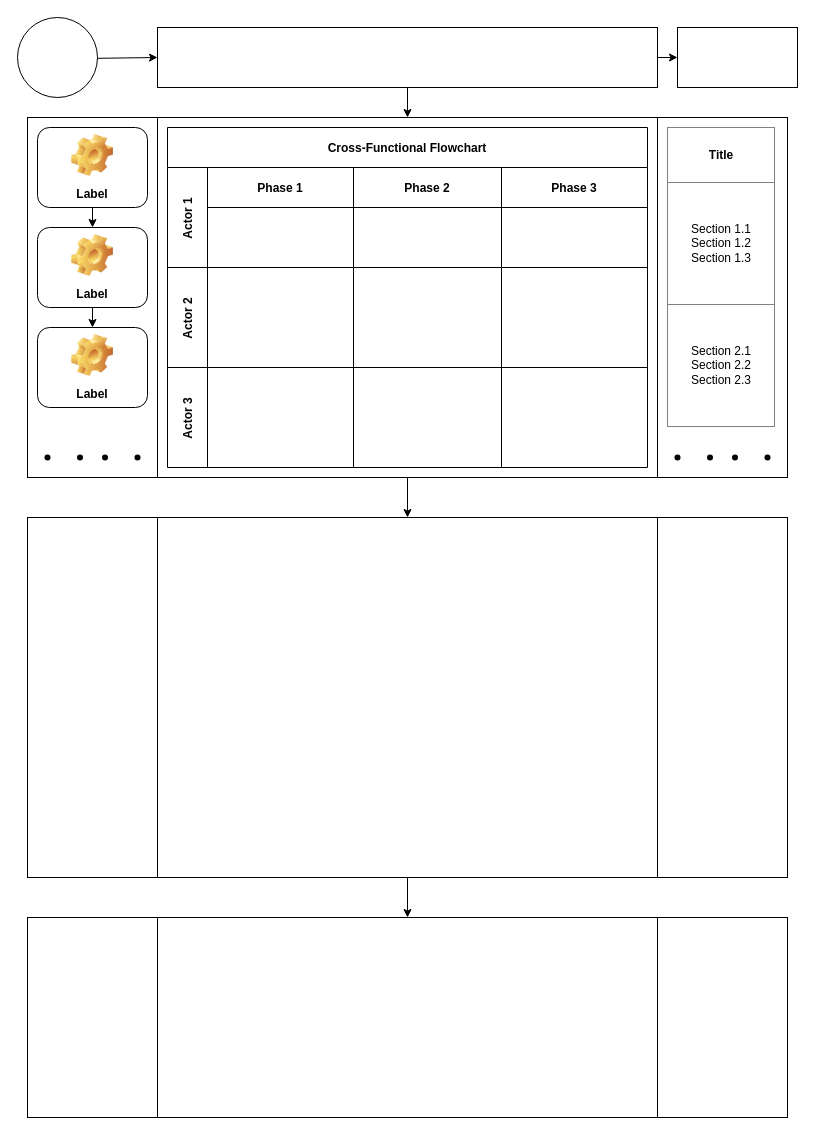
The draw.io diagram o1.drawio in KhairulHasanRakib/99DaysWithCPC, before the edit. Source tidied: cells renumbered, new cells numbered last; positions are measured from the earlier drawing's top-left corner, leaving out a move shared by most shapes. Both pictures are drawn from the tidied source at 100%, with x=0, y=0 at pixel (17, 17).
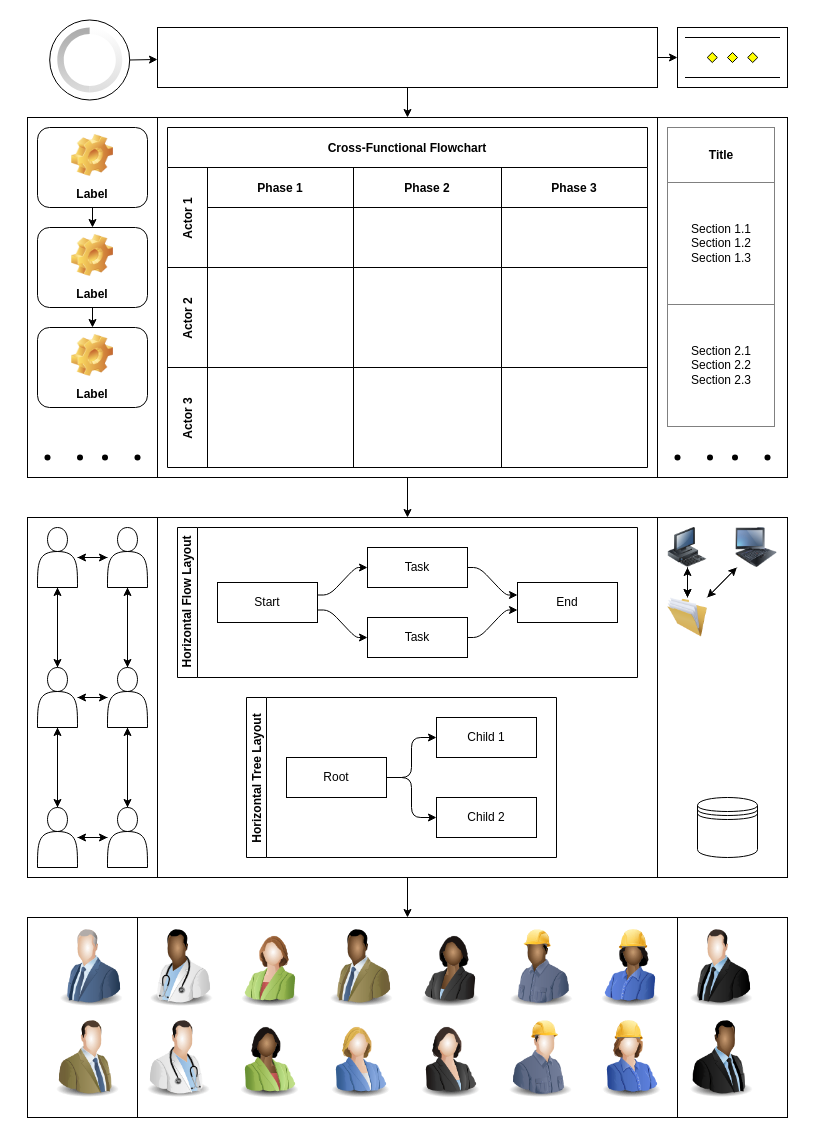
After the change.

Diff of the diagram source:
```diff
@@
     <mxCell id="3" style="ellipse;whiteSpace=wrap;html=1;" parent="1" vertex="1">
-      <mxGeometry width="80" height="80" as="geometry" />
+      <mxGeometry x="32.2" y="2.5" width="80" height="80" as="geometry" />
     </mxCell>
@@
     <mxCell id="7" style="whiteSpace=wrap;html=1;" parent="1" vertex="1">
-      <mxGeometry x="660" y="10" width="120" height="60" as="geometry" />
+      <mxGeometry x="660" y="10" width="110" height="60" as="geometry" />
     </mxCell>
@@
-    <mxCell id="12" style="shape=process;whiteSpace=wrap;html=1;backgroundOutline=1;size=0.17105263157894737;" parent="1" vertex="1">
+    <mxCell id="12" style="shape=process;whiteSpace=wrap;html=1;backgroundOutline=1;size=0.14473684210526316;" parent="1" vertex="1">
       <mxGeometry x="10" y="900" width="760" height="200" as="geometry" />
     </mxCell>
@@
+    <mxCell id="40" style="edgeStyle=none;html=1;" parent="1" edge="1" source="42" target="45">
+      <mxGeometry relative="1" as="geometry" />
+    </mxCell>
+    <mxCell id="41" style="edgeStyle=none;html=1;" parent="1" edge="1" source="42" target="53">
+      <mxGeometry relative="1" as="geometry" />
+    </mxCell>
+    <mxCell id="42" style="shape=actor;whiteSpace=wrap;html=1;" parent="1" vertex="1">
+      <mxGeometry x="20" y="510" width="40" height="60" as="geometry" />
+    </mxCell>
+    <mxCell id="43" style="edgeStyle=none;html=1;" parent="1" edge="1" source="45" target="49">
+      <mxGeometry relative="1" as="geometry" />
+    </mxCell>
+    <mxCell id="44" style="edgeStyle=none;html=1;" parent="1" edge="1" source="45" target="42">
+      <mxGeometry relative="1" as="geometry" />
+    </mxCell>
+    <mxCell id="45" style="shape=actor;whiteSpace=wrap;html=1;" parent="1" vertex="1">
+      <mxGeometry x="90" y="510" width="40" height="60" as="geometry" />
+    </mxCell>
+    <mxCell id="46" style="edgeStyle=none;html=1;" parent="1" edge="1" source="49" target="59">
+      <mxGeometry relative="1" as="geometry" />
+    </mxCell>
+    <mxCell id="47" style="edgeStyle=none;html=1;" parent="1" edge="1" source="49">
+      <mxGeometry relative="1" as="geometry">
+        <mxPoint x="110" y="570" as="targetPoint" />
+      </mxGeometry>
+    </mxCell>
+    <mxCell id="48" style="edgeStyle=none;html=1;" parent="1" edge="1" source="49" target="53">
+      <mxGeometry relative="1" as="geometry" />
+    </mxCell>
+    <mxCell id="49" style="shape=actor;whiteSpace=wrap;html=1;" parent="1" vertex="1">
+      <mxGeometry x="90" y="650" width="40" height="60" as="geometry" />
+    </mxCell>
+    <mxCell id="50" style="edgeStyle=none;html=1;" parent="1" edge="1" source="53" target="56">
+      <mxGeometry relative="1" as="geometry" />
+    </mxCell>
+    <mxCell id="51" style="edgeStyle=none;html=1;" parent="1" edge="1" source="53" target="42">
+      <mxGeometry relative="1" as="geometry" />
+    </mxCell>
+    <mxCell id="52" style="edgeStyle=none;html=1;" parent="1" edge="1" source="53" target="49">
+      <mxGeometry relative="1" as="geometry" />
+    </mxCell>
+    <mxCell id="53" style="shape=actor;whiteSpace=wrap;html=1;" parent="1" vertex="1">
+      <mxGeometry x="20" y="650" width="40" height="60" as="geometry" />
+    </mxCell>
+    <mxCell id="54" style="edgeStyle=none;html=1;" parent="1" edge="1" source="56" target="59">
+      <mxGeometry relative="1" as="geometry" />
+    </mxCell>
+    <mxCell id="55" style="edgeStyle=none;html=1;" parent="1" edge="1" source="56" target="53">
+      <mxGeometry relative="1" as="geometry" />
+    </mxCell>
+    <mxCell id="56" style="shape=actor;whiteSpace=wrap;html=1;" parent="1" vertex="1">
+      <mxGeometry x="20" y="790" width="40" height="60" as="geometry" />
+    </mxCell>
+    <mxCell id="57" style="edgeStyle=none;html=1;" parent="1" edge="1" source="59" target="56">
+      <mxGeometry relative="1" as="geometry" />
+    </mxCell>
+    <mxCell id="58" style="edgeStyle=none;html=1;" parent="1" edge="1" source="59" target="49">
+      <mxGeometry relative="1" as="geometry" />
+    </mxCell>
+    <mxCell id="59" style="shape=actor;whiteSpace=wrap;html=1;" parent="1" vertex="1">
+      <mxGeometry x="90" y="790" width="40" height="60" as="geometry" />
+    </mxCell>
+    <mxCell id="60" value="Horizontal Flow Layout" style="swimlane;html=1;startSize=20;horizontal=0;flowOrientation=west;interRankCellSpacing=50;containerType=tree;fontSize=12;" parent="1" vertex="1">
+      <mxGeometry x="160" y="510" width="460" height="150" as="geometry" />
+    </mxCell>
+    <mxCell id="61" value="Start" style="whiteSpace=wrap;html=1;" parent="60" vertex="1">
+      <mxGeometry x="40" y="55" width="100" height="40" as="geometry" />
+    </mxCell>
+    <mxCell id="62" value="Task" style="whiteSpace=wrap;html=1;" parent="60" vertex="1">
+      <mxGeometry x="190" y="20" width="100" height="40" as="geometry" />
+    </mxCell>
+    <mxCell id="63" style="html=1;rounded=1;curved=0;sourcePerimeterSpacing=0;targetPerimeterSpacing=0;startSize=6;endSize=6;noEdgeStyle=1;orthogonal=1;" parent="60" edge="1" source="61" target="62">
+      <mxGeometry relative="1" as="geometry">
+        <Array as="points">
+          <mxPoint x="152" y="67.5" />
+          <mxPoint x="178" y="40" />
+        </Array>
+      </mxGeometry>
+    </mxCell>
+    <mxCell id="64" value="Task" style="whiteSpace=wrap;html=1;" parent="60" vertex="1">
+      <mxGeometry x="190" y="90" width="100" height="40" as="geometry" />
+    </mxCell>
+    <mxCell id="65" style="html=1;rounded=1;curved=0;sourcePerimeterSpacing=0;targetPerimeterSpacing=0;startSize=6;endSize=6;noEdgeStyle=1;orthogonal=1;" parent="60" edge="1" source="61" target="64">
+      <mxGeometry relative="1" as="geometry">
+        <Array as="points">
+          <mxPoint x="152" y="82.5" />
+          <mxPoint x="178" y="110" />
+        </Array>
+      </mxGeometry>
+    </mxCell>
+    <mxCell id="66" value="End" style="whiteSpace=wrap;html=1;" parent="60" vertex="1">
+      <mxGeometry x="340" y="55" width="100" height="40" as="geometry" />
+    </mxCell>
+    <mxCell id="67" style="html=1;rounded=1;curved=0;sourcePerimeterSpacing=0;targetPerimeterSpacing=0;startSize=6;endSize=6;noEdgeStyle=1;orthogonal=1;" parent="60" edge="1" source="62" target="66">
+      <mxGeometry relative="1" as="geometry">
+        <Array as="points">
+          <mxPoint x="302" y="40" />
+          <mxPoint x="328" y="67.5" />
+        </Array>
+      </mxGeometry>
+    </mxCell>
+    <mxCell id="68" style="html=1;rounded=1;curved=0;sourcePerimeterSpacing=0;targetPerimeterSpacing=0;startSize=6;endSize=6;noEdgeStyle=1;orthogonal=1;" parent="60" edge="1" source="64" target="66">
+      <mxGeometry relative="1" as="geometry">
+        <Array as="points">
+          <mxPoint x="302" y="110" />
+          <mxPoint x="328" y="82.5" />
+        </Array>
+      </mxGeometry>
+    </mxCell>
+    <mxCell id="69" value="Horizontal Tree Layout" style="swimlane;startSize=20;horizontal=0;horizontalTree=1;containerType=tree;fontSize=12;" parent="1" vertex="1">
+      <mxGeometry x="229" y="680" width="310" height="160" as="geometry" />
+    </mxCell>
+    <mxCell id="70" value="Root" style="whiteSpace=wrap;html=1;" parent="69" vertex="1">
+      <mxGeometry x="40" y="60" width="100" height="40" as="geometry" />
+    </mxCell>
+    <mxCell id="71" value="Child 1" style="whiteSpace=wrap;html=1;" parent="69" vertex="1">
+      <mxGeometry x="190" y="20" width="100" height="40" as="geometry" />
+    </mxCell>
+    <mxCell id="72" style="edgeStyle=elbowEdgeStyle;elbow=vertical;html=1;rounded=1;curved=0;sourcePerimeterSpacing=0;targetPerimeterSpacing=0;startSize=6;endSize=6;" parent="69" edge="1" source="70" target="71">
+      <mxGeometry relative="1" as="geometry" />
+    </mxCell>
+    <mxCell id="73" value="Child 2" style="whiteSpace=wrap;html=1;" parent="69" vertex="1">
+      <mxGeometry x="190" y="100" width="100" height="40" as="geometry" />
+    </mxCell>
+    <mxCell id="74" style="edgeStyle=elbowEdgeStyle;elbow=vertical;html=1;rounded=1;curved=0;sourcePerimeterSpacing=0;targetPerimeterSpacing=0;startSize=6;endSize=6;" parent="69" edge="1" source="70" target="73">
+      <mxGeometry relative="1" as="geometry" />
+    </mxCell>
+    <mxCell id="75" style="shape=datastore;whiteSpace=wrap;html=1;" parent="1" vertex="1">
+      <mxGeometry x="680" y="780" width="60" height="60" as="geometry" />
+    </mxCell>
+    <mxCell id="76" style="edgeStyle=none;html=1;" parent="1" edge="1" source="78" target="83">
+      <mxGeometry relative="1" as="geometry" />
+    </mxCell>
+    <mxCell id="77" style="edgeStyle=none;html=1;" parent="1" edge="1" source="78" target="83">
+      <mxGeometry relative="1" as="geometry" />
+    </mxCell>
+    <mxCell id="78" style="image;html=1;image=img/lib/clip_art/computers/Workstation_128x128.png;verticalAlign=middle;labelBorderColor=default;whiteSpace=wrap;" parent="1" vertex="1">
+      <mxGeometry x="645" y="510" width="50" height="40" as="geometry" />
+    </mxCell>
+    <mxCell id="79" style="edgeStyle=none;html=1;" parent="1" edge="1" source="80" target="83">
+      <mxGeometry relative="1" as="geometry" />
+    </mxCell>
+    <mxCell id="80" style="image;html=1;image=img/lib/clip_art/computers/IBM_Tablet_128x128.png;verticalAlign=middle;labelBorderColor=default;whiteSpace=wrap;" parent="1" vertex="1">
+      <mxGeometry x="714" y="510" width="50" height="40" as="geometry" />
+    </mxCell>
+    <mxCell id="81" style="edgeStyle=none;html=1;" parent="1" edge="1" source="83" target="80">
+      <mxGeometry relative="1" as="geometry" />
+    </mxCell>
+    <mxCell id="82" style="edgeStyle=none;html=1;entryX=0.5;entryY=1;entryDx=0;entryDy=0;" parent="1" edge="1" source="83" target="78">
+      <mxGeometry relative="1" as="geometry" />
+    </mxCell>
+    <mxCell id="83" style="image;html=1;image=img/lib/clip_art/general/Full_Folder_128x128.png;labelBorderColor=default;" parent="1" vertex="1">
+      <mxGeometry x="650" y="580" width="40" height="40" as="geometry" />
+    </mxCell>
+    <mxCell id="84" style="image;html=1;image=img/lib/clip_art/people/Suit_Man_128x128.png;labelBorderColor=default;flipH=1;" parent="1" vertex="1">
+      <mxGeometry x="663.8" y="910" width="80" height="80" as="geometry" />
+    </mxCell>
+    <mxCell id="85" style="image;html=1;image=img/lib/clip_art/people/Suit_Man_Black_128x128.png;labelBorderColor=default;flipH=0;" parent="1" vertex="1">
+      <mxGeometry x="663.8" y="1001" width="80" height="80" as="geometry" />
+    </mxCell>
+    <mxCell id="86" style="image;html=1;image=img/lib/clip_art/people/Suit_Man_Blue_128x128.png;labelBorderColor=default;flipH=1;" parent="1" vertex="1">
+      <mxGeometry x="33.8" y="910" width="80" height="80" as="geometry" />
+    </mxCell>
+    <mxCell id="87" style="image;html=1;image=img/lib/clip_art/people/Suit_Man_Green_128x128.png;labelBorderColor=default;flipH=0;" parent="1" vertex="1">
+      <mxGeometry x="30" y="1001" width="80" height="80" as="geometry" />
+    </mxCell>
+    <mxCell id="88" style="image;html=1;image=img/lib/clip_art/people/Suit_Man_Green_Black_128x128.png;labelBorderColor=default;flipH=1;" parent="1" vertex="1">
+      <mxGeometry x="303.8" y="910" width="80" height="80" as="geometry" />
+    </mxCell>
+    <mxCell id="89" style="image;html=1;image=img/lib/clip_art/people/Suit_Woman_128x128.png;labelBorderColor=default;flipH=0;" parent="1" vertex="1">
+      <mxGeometry x="392" y="1001" width="80" height="80" as="geometry" />
+    </mxCell>
+    <mxCell id="90" style="image;html=1;image=img/lib/clip_art/people/Suit_Woman_Black_128x128.png;labelBorderColor=default;flipH=1;" parent="1" vertex="1">
+      <mxGeometry x="393.8" y="910" width="80" height="80" as="geometry" />
+    </mxCell>
+    <mxCell id="91" style="image;html=1;image=img/lib/clip_art/people/Suit_Woman_Blue_128x128.png;labelBorderColor=default;flipH=0;" parent="1" vertex="1">
+      <mxGeometry x="302" y="1001" width="80" height="80" as="geometry" />
+    </mxCell>
+    <mxCell id="92" style="image;html=1;image=img/lib/clip_art/people/Suit_Woman_Green_128x128.png;labelBorderColor=default;flipH=1;" parent="1" vertex="1">
+      <mxGeometry x="213.8" y="910" width="80" height="80" as="geometry" />
+    </mxCell>
+    <mxCell id="93" style="image;html=1;image=img/lib/clip_art/people/Suit_Woman_Green_Black_128x128.png;labelBorderColor=default;flipH=0;" parent="1" vertex="1">
+      <mxGeometry x="211" y="1001" width="80" height="80" as="geometry" />
+    </mxCell>
+    <mxCell id="94" style="image;html=1;image=img/lib/clip_art/people/Construction_Worker_Man_128x128.png;labelBorderColor=default;flipH=0;" parent="1" vertex="1">
+      <mxGeometry x="483" y="1001" width="80" height="80" as="geometry" />
+    </mxCell>
+    <mxCell id="95" style="image;html=1;image=img/lib/clip_art/people/Construction_Worker_Man_Black_128x128.png;labelBorderColor=default;flipH=1;" parent="1" vertex="1">
+      <mxGeometry x="483.8" y="910" width="80" height="80" as="geometry" />
+    </mxCell>
+    <mxCell id="96" style="image;html=1;image=img/lib/clip_art/people/Construction_Worker_Woman_128x128.png;labelBorderColor=default;flipH=0;" parent="1" vertex="1">
+      <mxGeometry x="573" y="1001" width="80" height="80" as="geometry" />
+    </mxCell>
+    <mxCell id="97" style="image;html=1;image=img/lib/clip_art/people/Construction_Worker_Woman_Black_128x128.png;labelBorderColor=default;flipH=1;" parent="1" vertex="1">
+      <mxGeometry x="573.8" y="910" width="80" height="80" as="geometry" />
+    </mxCell>
+    <mxCell id="98" style="image;html=1;image=img/lib/clip_art/people/Doctor_Man_128x128.png;labelBorderColor=default;flipH=0;" parent="1" vertex="1">
+      <mxGeometry x="121" y="1001" width="80" height="80" as="geometry" />
+    </mxCell>
+    <mxCell id="99" style="image;html=1;image=img/lib/clip_art/people/Doctor_Man_Black_128x128.png;labelBorderColor=default;flipH=1;" parent="1" vertex="1">
+      <mxGeometry x="123.8" y="910" width="80" height="80" as="geometry" />
+    </mxCell>
+    <mxCell id="100" style="verticalLabelPosition=bottom;verticalAlign=top;html=1;shape=mxgraph.flowchart.parallel_mode;labelBorderColor=default;" parent="1" vertex="1">
+      <mxGeometry x="667.5" y="20" width="95" height="40" as="geometry" />
+    </mxCell>
+    <mxCell id="101" style="verticalLabelPosition=bottom;verticalAlign=top;html=1;shadow=0;dashed=0;strokeWidth=1;shape=mxgraph.android.indeterminateSpinner;labelBorderColor=default;" parent="1" vertex="1">
+      <mxGeometry x="39.8" y="10" width="65" height="65" as="geometry" />
+    </mxCell>
```
